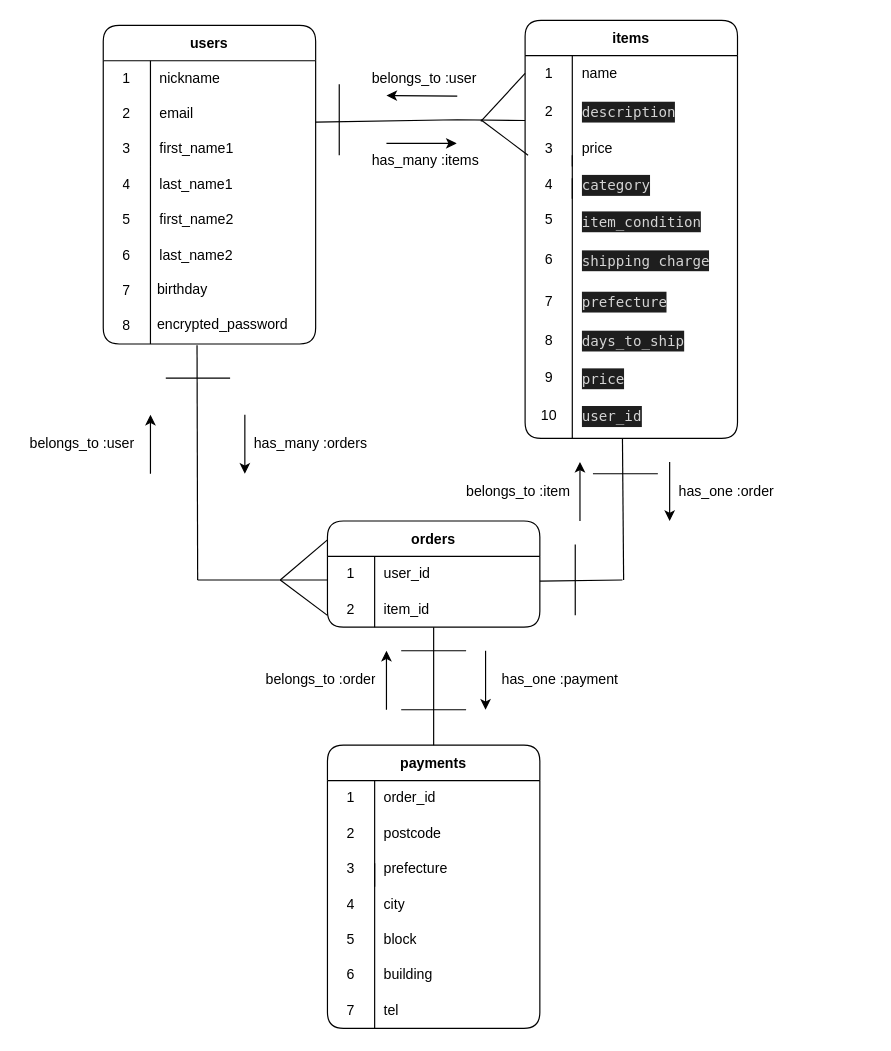
Before: config/test.dio in momomo0505/furima-38701, a draw.io diagram. Source tidied: cells renumbered, new cells numbered last; positions are measured from the earlier drawing's top-left corner, leaving out a move shared by most shapes. Both pictures are drawn from the tidied source at 118%, with x=0, y=0 at pixel (20, 20).
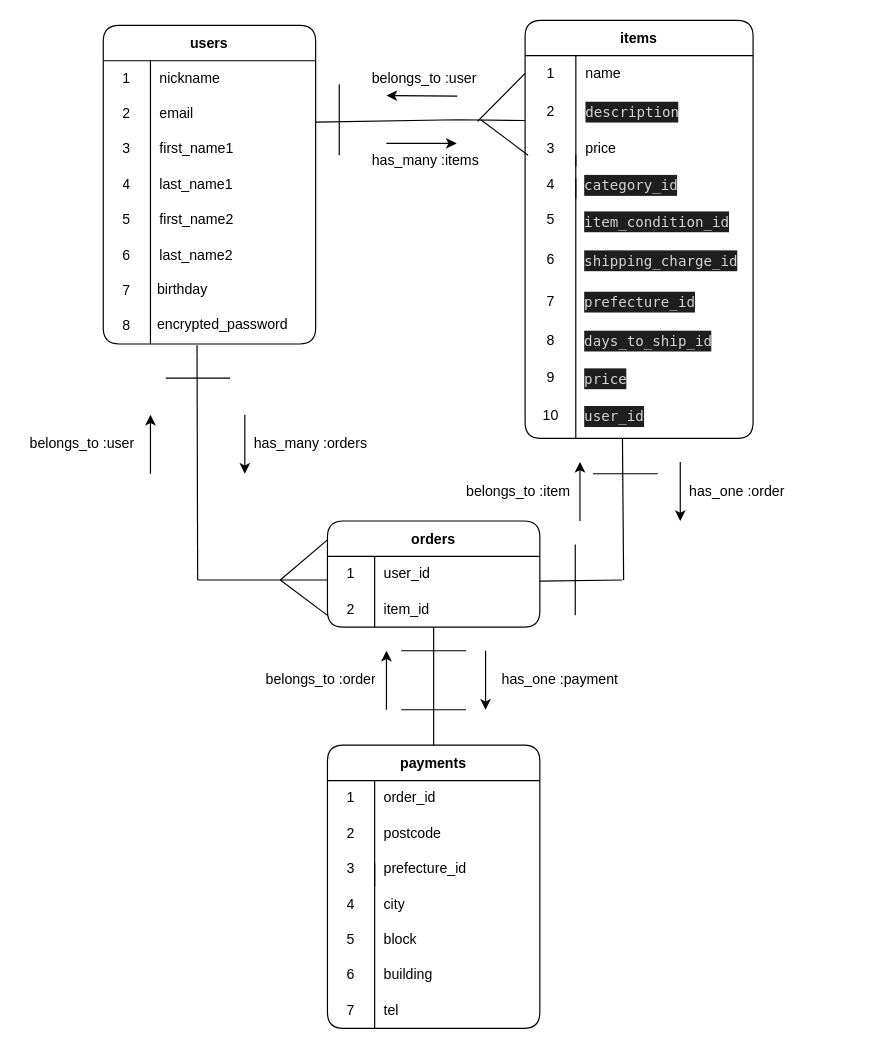
The same page after the edit.

The change refers to these unchanged cells:
```xml
<mxCell id="73" style="shape=tableRow;horizontal=0;startSize=0;swimlaneHead=0;swimlaneBody=0;top=0;left=0;bottom=0;right=0;fillColor=none;rounded=1;" parent="66" vertex="1">
  <mxGeometry y="90" width="180" height="30" as="geometry" />
</mxCell>
```

Change to the diagram source:
```diff
@@
     <mxCell id="21" style="group;rounded=1;" parent="1" vertex="1">
-      <mxGeometry x="427.5" y="64" width="272.5" height="340" as="geometry" />
+      <mxGeometry x="427.5" y="64" width="292.5" height="340" as="geometry" />
     </mxCell>
     <mxCell id="22" value="items" style="shape=table;startSize=30;childLayout=tableLayout;rowLines=0;fontStyle=1;rounded=1;" parent="21" vertex="1">
-      <mxGeometry y="-64.3" width="180" height="354.3" as="geometry" />
+      <mxGeometry y="-64.3" width="193.2" height="354.3" as="geometry" />
     </mxCell>
     <mxCell id="23" style="shape=tableRow;horizontal=0;startSize=0;swimlaneHead=0;swimlaneBody=0;top=0;left=0;bottom=0;right=0;fillColor=none;points=[[0,0.5],[1,0.5]];portConstraint=eastwest;rounded=1;" parent="22" vertex="1">
-      <mxGeometry y="30" width="180" height="30" as="geometry" />
+      <mxGeometry y="30" width="193.2" height="30" as="geometry" />
     </mxCell>
     <mxCell id="24" value="1" style="shape=partialRectangle;html=1;whiteSpace=wrap;fillColor=none;top=0;left=0;bottom=0;right=0;overflow=hidden;rounded=1;" parent="23" vertex="1">
-      <mxGeometry width="40" height="30" as="geometry" />
+      <mxGeometry width="43" height="30" as="geometry" />
     </mxCell>
     <mxCell id="25" value="name" style="shape=partialRectangle;html=1;whiteSpace=wrap;fillColor=none;top=0;left=0;bottom=0;right=0;align=left;spacingLeft=6;overflow=hidden;rounded=1;" parent="23" vertex="1">
-      <mxGeometry x="40" width="140" height="30" as="geometry" />
+      <mxGeometry x="43" width="150" height="30" as="geometry" />
     </mxCell>
     <mxCell id="26" style="shape=tableRow;horizontal=0;startSize=0;swimlaneHead=0;swimlaneBody=0;top=0;left=0;bottom=0;right=0;fillColor=none;points=[[0,0.5],[1,0.5]];portConstraint=eastwest;rounded=1;" parent="22" vertex="1">
-      <mxGeometry y="60" width="180" height="34" as="geometry" />
+      <mxGeometry y="60" width="193.2" height="34" as="geometry" />
     </mxCell>
     <mxCell id="27" value="2" style="shape=partialRectangle;html=1;whiteSpace=wrap;fillColor=none;top=0;left=0;bottom=0;right=0;overflow=hidden;rounded=1;" parent="26" vertex="1">
-      <mxGeometry width="40" height="34" as="geometry" />
+      <mxGeometry width="43" height="34" as="geometry" />
     </mxCell>
     <mxCell id="28" value="&lt;div style=&quot;color: rgb(212, 212, 212); background-color: rgb(30, 30, 30); font-family: Menlo, Monaco, &amp;quot;Courier New&amp;quot;, monospace; line-height: 18px;&quot;&gt;description&lt;/div&gt;" style="shape=partialRectangle;html=1;whiteSpace=wrap;fillColor=none;top=0;left=0;bottom=0;right=0;align=left;spacingLeft=6;overflow=hidden;rounded=1;" parent="26" vertex="1">
-      <mxGeometry x="40" width="140" height="34" as="geometry" />
+      <mxGeometry x="43" width="150" height="34" as="geometry" />
     </mxCell>
     <mxCell id="29" style="shape=tableRow;horizontal=0;startSize=0;swimlaneHead=0;swimlaneBody=0;top=0;left=0;bottom=0;right=0;fillColor=none;rounded=1;" parent="22" vertex="1">
-      <mxGeometry y="94" width="180" height="30" as="geometry" />
+      <mxGeometry y="94" width="193.2" height="30" as="geometry" />
     </mxCell>
     <mxCell id="30" value="3" style="shape=partialRectangle;html=1;whiteSpace=wrap;fillColor=none;top=0;left=0;bottom=0;right=0;overflow=hidden;rounded=1;" parent="29" vertex="1">
-      <mxGeometry width="40" height="30" as="geometry" />
+      <mxGeometry width="43" height="30" as="geometry" />
     </mxCell>
     <mxCell id="31" value="price" style="shape=partialRectangle;html=1;whiteSpace=wrap;fillColor=none;top=0;left=0;bottom=0;right=0;align=left;spacingLeft=6;overflow=hidden;rounded=1;" parent="29" vertex="1">
-      <mxGeometry x="40" width="140" height="30" as="geometry" />
+      <mxGeometry x="43" width="150" height="30" as="geometry" />
     </mxCell>
     <mxCell id="32" style="line;strokeWidth=1;direction=south;html=1;spacing=0;fontSize=12;rounded=1;" parent="21" vertex="1">
-      <mxGeometry x="30" y="69.5" width="20" height="17.4" as="geometry" />
+      <mxGeometry x="32.2" y="69.5" width="21.5" height="17.4" as="geometry" />
     </mxCell>
     <mxCell id="33" style="line;strokeWidth=1;direction=south;html=1;fontSize=12;rounded=1;" parent="21" vertex="1">
-      <mxGeometry x="35" y="50" width="10" height="240" as="geometry" />
+      <mxGeometry x="37.6" y="50" width="10.7" height="240" as="geometry" />
     </mxCell>
     <mxCell id="34" style="endArrow=none;html=1;rounded=1;entryX=0;entryY=0.5;entryDx=0;entryDy=0;" parent="21" edge="1" target="23">
       <mxGeometry relative="1" as="geometry">
-        <mxPoint x="-37.5" y="21.4" as="sourcePoint" />
+        <mxPoint x="-40.3" y="21.4" as="sourcePoint" />
       </mxGeometry>
     </mxCell>
-    <mxCell id="35" value="&lt;div style=&quot;color: rgb(212, 212, 212); background-color: rgb(30, 30, 30); font-family: Menlo, Monaco, &amp;quot;Courier New&amp;quot;, monospace; line-height: 18px;&quot;&gt;category&lt;/div&gt;" style="shape=partialRectangle;html=1;whiteSpace=wrap;fillColor=none;top=0;left=0;bottom=0;right=0;align=left;spacingLeft=6;overflow=hidden;rounded=1;" parent="21" vertex="1">
-      <mxGeometry x="40" y="57.6" width="140" height="34.7" as="geometry" />
+    <mxCell id="35" value="&lt;div style=&quot;color: rgb(212, 212, 212); background-color: rgb(30, 30, 30); font-family: Menlo, Monaco, &amp;quot;Courier New&amp;quot;, monospace; line-height: 18px;&quot;&gt;category_id&lt;/div&gt;" style="shape=partialRectangle;html=1;whiteSpace=wrap;fillColor=none;top=0;left=0;bottom=0;right=0;align=left;spacingLeft=6;overflow=hidden;rounded=1;" parent="21" vertex="1">
+      <mxGeometry x="42.9" y="57.6" width="150.3" height="34.7" as="geometry" />
     </mxCell>
-    <mxCell id="36" value="&lt;div style=&quot;color: rgb(212, 212, 212); background-color: rgb(30, 30, 30); font-family: Menlo, Monaco, &amp;quot;Courier New&amp;quot;, monospace; line-height: 18px;&quot;&gt;item_condition&lt;/div&gt;" style="shape=partialRectangle;html=1;whiteSpace=wrap;fillColor=none;top=0;left=0;bottom=0;right=0;align=left;spacingLeft=6;overflow=hidden;rounded=1;" parent="21" vertex="1">
-      <mxGeometry x="40" y="90" width="140" height="31.6" as="geometry" />
+    <mxCell id="36" value="&lt;div style=&quot;color: rgb(212, 212, 212); background-color: rgb(30, 30, 30); font-family: Menlo, Monaco, &amp;quot;Courier New&amp;quot;, monospace; line-height: 18px;&quot;&gt;item_condition_id&lt;/div&gt;" style="shape=partialRectangle;html=1;whiteSpace=wrap;fillColor=none;top=0;left=0;bottom=0;right=0;align=left;spacingLeft=6;overflow=hidden;rounded=1;" parent="21" vertex="1">
+      <mxGeometry x="42.9" y="90" width="150.3" height="31.6" as="geometry" />
     </mxCell>
-    <mxCell id="37" value="&lt;div style=&quot;color: rgb(212, 212, 212); background-color: rgb(30, 30, 30); font-family: Menlo, Monaco, &amp;quot;Courier New&amp;quot;, monospace; line-height: 18px;&quot;&gt;&lt;div style=&quot;line-height: 18px;&quot;&gt;shipping charge&lt;/div&gt;&lt;/div&gt;" style="shape=partialRectangle;html=1;whiteSpace=wrap;fillColor=none;top=0;left=0;bottom=0;right=0;align=left;spacingLeft=6;overflow=hidden;rounded=1;" parent="21" vertex="1">
-      <mxGeometry x="40" y="121.6" width="140" height="34.7" as="geometry" />
+    <mxCell id="37" value="&lt;div style=&quot;color: rgb(212, 212, 212); background-color: rgb(30, 30, 30); font-family: Menlo, Monaco, &amp;quot;Courier New&amp;quot;, monospace; line-height: 18px;&quot;&gt;&lt;div style=&quot;line-height: 18px;&quot;&gt;shipping_charge_id&lt;/div&gt;&lt;/div&gt;" style="shape=partialRectangle;html=1;whiteSpace=wrap;fillColor=none;top=0;left=0;bottom=0;right=0;align=left;spacingLeft=6;overflow=hidden;rounded=1;" parent="21" vertex="1">
+      <mxGeometry x="42.9" y="121.6" width="150.3" height="34.7" as="geometry" />
     </mxCell>
-    <mxCell id="38" value="&lt;div style=&quot;color: rgb(212, 212, 212); background-color: rgb(30, 30, 30); font-family: Menlo, Monaco, &amp;quot;Courier New&amp;quot;, monospace; line-height: 18px;&quot;&gt;&lt;div style=&quot;line-height: 18px;&quot;&gt;prefecture&lt;/div&gt;&lt;/div&gt;" style="shape=partialRectangle;html=1;whiteSpace=wrap;fillColor=none;top=0;left=0;bottom=0;right=0;align=left;spacingLeft=6;overflow=hidden;rounded=1;" parent="21" vertex="1">
-      <mxGeometry x="40" y="156.3" width="140" height="34.7" as="geometry" />
+    <mxCell id="38" value="&lt;div style=&quot;color: rgb(212, 212, 212); background-color: rgb(30, 30, 30); font-family: Menlo, Monaco, &amp;quot;Courier New&amp;quot;, monospace; line-height: 18px;&quot;&gt;&lt;div style=&quot;line-height: 18px;&quot;&gt;prefecture_id&lt;/div&gt;&lt;/div&gt;" style="shape=partialRectangle;html=1;whiteSpace=wrap;fillColor=none;top=0;left=0;bottom=0;right=0;align=left;spacingLeft=6;overflow=hidden;rounded=1;" parent="21" vertex="1">
+      <mxGeometry x="42.9" y="156.3" width="150.3" height="34.7" as="geometry" />
     </mxCell>
-    <mxCell id="39" value="&lt;div style=&quot;color: rgb(212, 212, 212); background-color: rgb(30, 30, 30); font-family: Menlo, Monaco, &amp;quot;Courier New&amp;quot;, monospace; line-height: 18px;&quot;&gt;&lt;div style=&quot;line-height: 18px;&quot;&gt;days_to_ship &lt;/div&gt;&lt;/div&gt;" style="shape=partialRectangle;html=1;whiteSpace=wrap;fillColor=none;top=0;left=0;bottom=0;right=0;align=left;spacingLeft=6;overflow=hidden;rounded=1;" parent="21" vertex="1">
-      <mxGeometry x="40" y="191" width="140" height="32.2" as="geometry" />
+    <mxCell id="39" value="&lt;div style=&quot;color: rgb(212, 212, 212); background-color: rgb(30, 30, 30); font-family: Menlo, Monaco, &amp;quot;Courier New&amp;quot;, monospace; line-height: 18px;&quot;&gt;&lt;div style=&quot;line-height: 18px;&quot;&gt;days_to_ship_id&lt;/div&gt;&lt;/div&gt;" style="shape=partialRectangle;html=1;whiteSpace=wrap;fillColor=none;top=0;left=0;bottom=0;right=0;align=left;spacingLeft=6;overflow=hidden;rounded=1;" parent="21" vertex="1">
+      <mxGeometry x="42.9" y="191" width="150.3" height="32.2" as="geometry" />
     </mxCell>
     <mxCell id="40" value="&lt;div style=&quot;color: rgb(212, 212, 212); background-color: rgb(30, 30, 30); font-family: Menlo, Monaco, &amp;quot;Courier New&amp;quot;, monospace; line-height: 18px;&quot;&gt;&lt;div style=&quot;line-height: 18px;&quot;&gt;&lt;div style=&quot;line-height: 18px;&quot;&gt;price&lt;/div&gt;&lt;/div&gt;&lt;/div&gt;" style="shape=partialRectangle;html=1;whiteSpace=wrap;fillColor=none;top=0;left=0;bottom=0;right=0;align=left;spacingLeft=6;overflow=hidden;rounded=1;" parent="21" vertex="1">
-      <mxGeometry x="40" y="223.2" width="140" height="32.2" as="geometry" />
+      <mxGeometry x="42.9" y="223.2" width="150.3" height="32.2" as="geometry" />
     </mxCell>
     <mxCell id="41" value="&lt;div style=&quot;color: rgb(212, 212, 212); background-color: rgb(30, 30, 30); font-family: Menlo, Monaco, &amp;quot;Courier New&amp;quot;, monospace; line-height: 18px;&quot;&gt;&lt;div style=&quot;line-height: 18px;&quot;&gt;&lt;div style=&quot;line-height: 18px;&quot;&gt;user_id&lt;/div&gt;&lt;/div&gt;&lt;/div&gt;" style="shape=partialRectangle;html=1;whiteSpace=wrap;fillColor=none;top=0;left=0;bottom=0;right=0;align=left;spacingLeft=6;overflow=hidden;rounded=1;" parent="21" vertex="1">
-      <mxGeometry x="40" y="255.3" width="140" height="32.2" as="geometry" />
+      <mxGeometry x="42.9" y="255.3" width="150.3" height="32.2" as="geometry" />
     </mxCell>
     <mxCell id="42" value="4" style="shape=partialRectangle;html=1;whiteSpace=wrap;fillColor=none;top=0;left=0;bottom=0;right=0;overflow=hidden;rounded=1;" parent="21" vertex="1">
-      <mxGeometry y="60" width="40" height="30" as="geometry" />
+      <mxGeometry y="60" width="42.9" height="30" as="geometry" />
     </mxCell>
     <mxCell id="43" value="5" style="shape=partialRectangle;html=1;whiteSpace=wrap;fillColor=none;top=0;left=0;bottom=0;right=0;overflow=hidden;rounded=1;" parent="21" vertex="1">
-      <mxGeometry y="90" width="40" height="30" as="geometry" />
+      <mxGeometry y="90" width="42.9" height="30" as="geometry" />
     </mxCell>
     <mxCell id="44" value="6" style="shape=partialRectangle;html=1;whiteSpace=wrap;fillColor=none;top=0;left=0;bottom=0;right=0;overflow=hidden;rounded=1;" parent="21" vertex="1">
-      <mxGeometry y="123.9" width="40" height="30" as="geometry" />
+      <mxGeometry y="123.9" width="42.9" height="30" as="geometry" />
     </mxCell>
     <mxCell id="45" value="7" style="shape=partialRectangle;html=1;whiteSpace=wrap;fillColor=none;top=0;left=0;bottom=0;right=0;overflow=hidden;rounded=1;" parent="21" vertex="1">
-      <mxGeometry y="158.7" width="40" height="30" as="geometry" />
+      <mxGeometry y="158.7" width="42.9" height="30" as="geometry" />
     </mxCell>
     <mxCell id="46" value="8" style="shape=partialRectangle;html=1;whiteSpace=wrap;fillColor=none;top=0;left=0;bottom=0;right=0;overflow=hidden;rounded=1;" parent="21" vertex="1">
-      <mxGeometry y="192.1" width="40" height="30" as="geometry" />
+      <mxGeometry y="192.1" width="42.9" height="30" as="geometry" />
     </mxCell>
     <mxCell id="47" value="9" style="shape=partialRectangle;html=1;whiteSpace=wrap;fillColor=none;top=0;left=0;bottom=0;right=0;overflow=hidden;rounded=1;" parent="21" vertex="1">
-      <mxGeometry y="224.3" width="40" height="30" as="geometry" />
+      <mxGeometry y="224.3" width="42.9" height="30" as="geometry" />
     </mxCell>
     <mxCell id="48" value="10" style="shape=partialRectangle;html=1;whiteSpace=wrap;fillColor=none;top=0;left=0;bottom=0;right=0;overflow=hidden;rounded=1;" parent="21" vertex="1">
-      <mxGeometry y="256.4" width="40" height="30" as="geometry" />
+      <mxGeometry y="256.4" width="42.9" height="30" as="geometry" />
     </mxCell>
     <mxCell id="49" style="endArrow=classic;html=1;rounded=0;strokeWidth=1;" parent="21" edge="1">
       <mxGeometry relative="1" as="geometry">
-        <mxPoint x="122.5" y="310" as="sourcePoint" />
-        <mxPoint x="122.5" y="360" as="targetPoint" />
+        <mxPoint x="131.5" y="310" as="sourcePoint" />
+        <mxPoint x="131.5" y="360" as="targetPoint" />
       </mxGeometry>
     </mxCell>
     <mxCell id="50" value="has_one :order" style="shape=partialRectangle;html=1;whiteSpace=wrap;fillColor=none;top=0;left=0;bottom=0;right=0;align=left;spacingLeft=6;overflow=hidden;rounded=1;" parent="21" vertex="1">
-      <mxGeometry x="122.5" y="320" width="140" height="30" as="geometry" />
+      <mxGeometry x="131.5" y="320" width="150.3" height="30" as="geometry" />
     </mxCell>
@@
-    <mxCell id="75" value="prefecture" style="shape=partialRectangle;html=1;whiteSpace=wrap;fillColor=none;top=0;left=0;bottom=0;right=0;align=left;spacingLeft=6;overflow=hidden;rounded=1;" parent="73" vertex="1">
+    <mxCell id="75" value="prefecture_id" style="shape=partialRectangle;html=1;whiteSpace=wrap;fillColor=none;top=0;left=0;bottom=0;right=0;align=left;spacingLeft=6;overflow=hidden;rounded=1;" parent="73" vertex="1">
       <mxGeometry x="40" width="140" height="30" as="geometry" />
     </mxCell>
```
